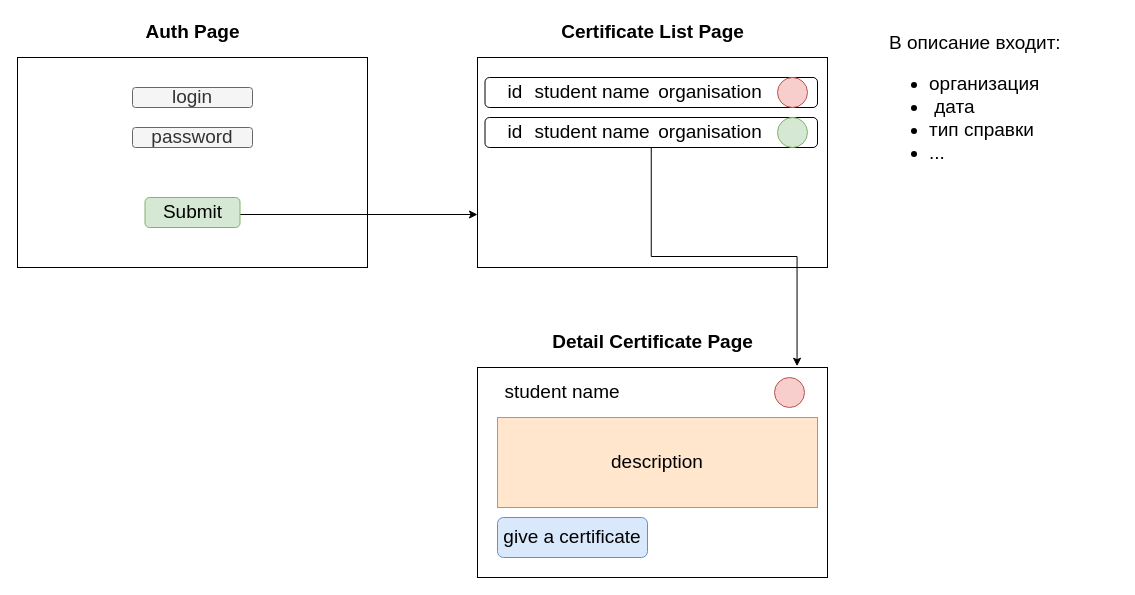
The draw.io diagram design.drawio in Zavulon39/bfu-certificate, before the edit. Source tidied: cells renumbered, new cells numbered last; positions are measured from the earlier drawing's top-left corner, leaving out a move shared by most shapes. Both pictures are drawn from the tidied source at 100%, with x=0, y=0 at pixel (17, 17).
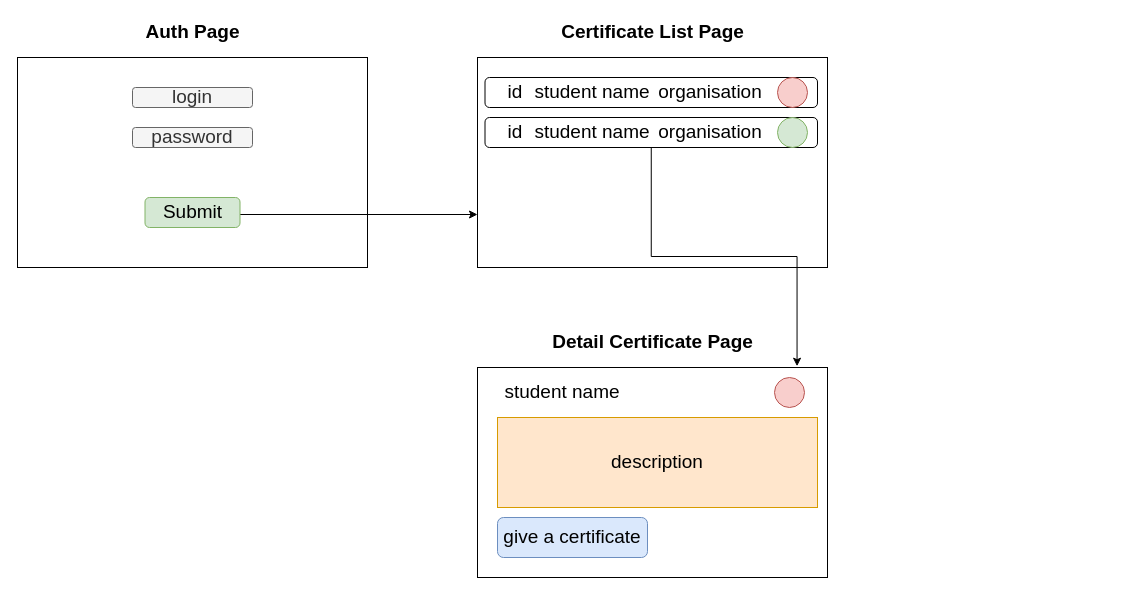
After the change.

Change to the diagram source:
```diff
@@
-    <mxCell id="27" value="В описание входит:&lt;br&gt;&lt;ul&gt;&lt;li&gt;организация&lt;/li&gt;&lt;li&gt;&amp;nbsp;дата&lt;/li&gt;&lt;li&gt;тип справки&lt;/li&gt;&lt;li&gt;...&lt;/li&gt;&lt;/ul&gt;" style="text;html=1;strokeColor=none;fillColor=none;align=left;verticalAlign=middle;whiteSpace=wrap;rounded=0;fontSize=19;" parent="1" vertex="1">
-      <mxGeometry x="870" y="20" width="230" height="140" as="geometry" />
-    </mxCell>
```
